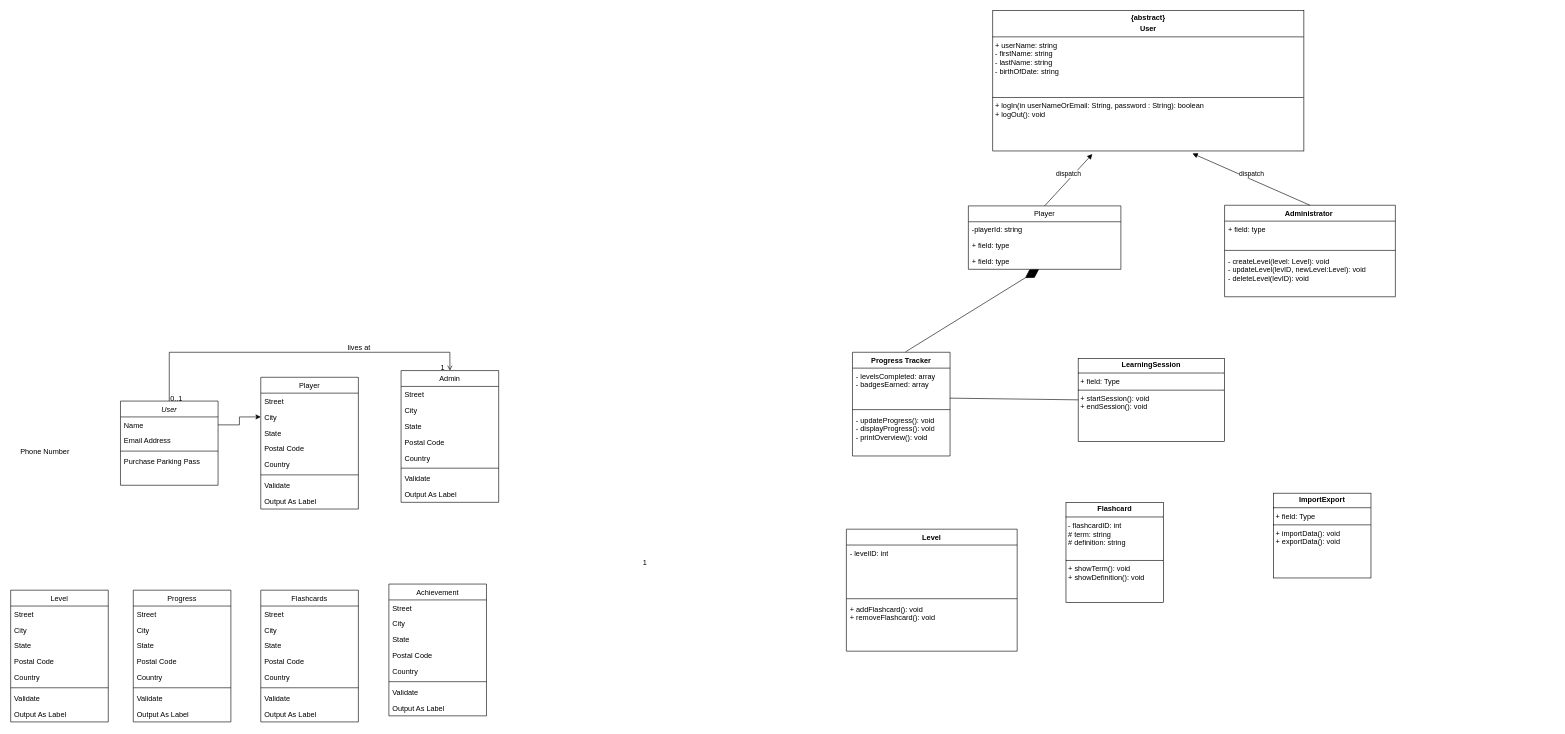
This is HCIDiagrams.drawio from yzy21cs/Diagrams, a draw.io file, before an edit. Source tidied: cells renumbered, new cells numbered last; positions are measured from the earlier drawing's top-left corner, leaving out a move shared by most shapes. Both pictures are drawn from the tidied source at 61%, with x=0, y=0 at pixel (10, 10).
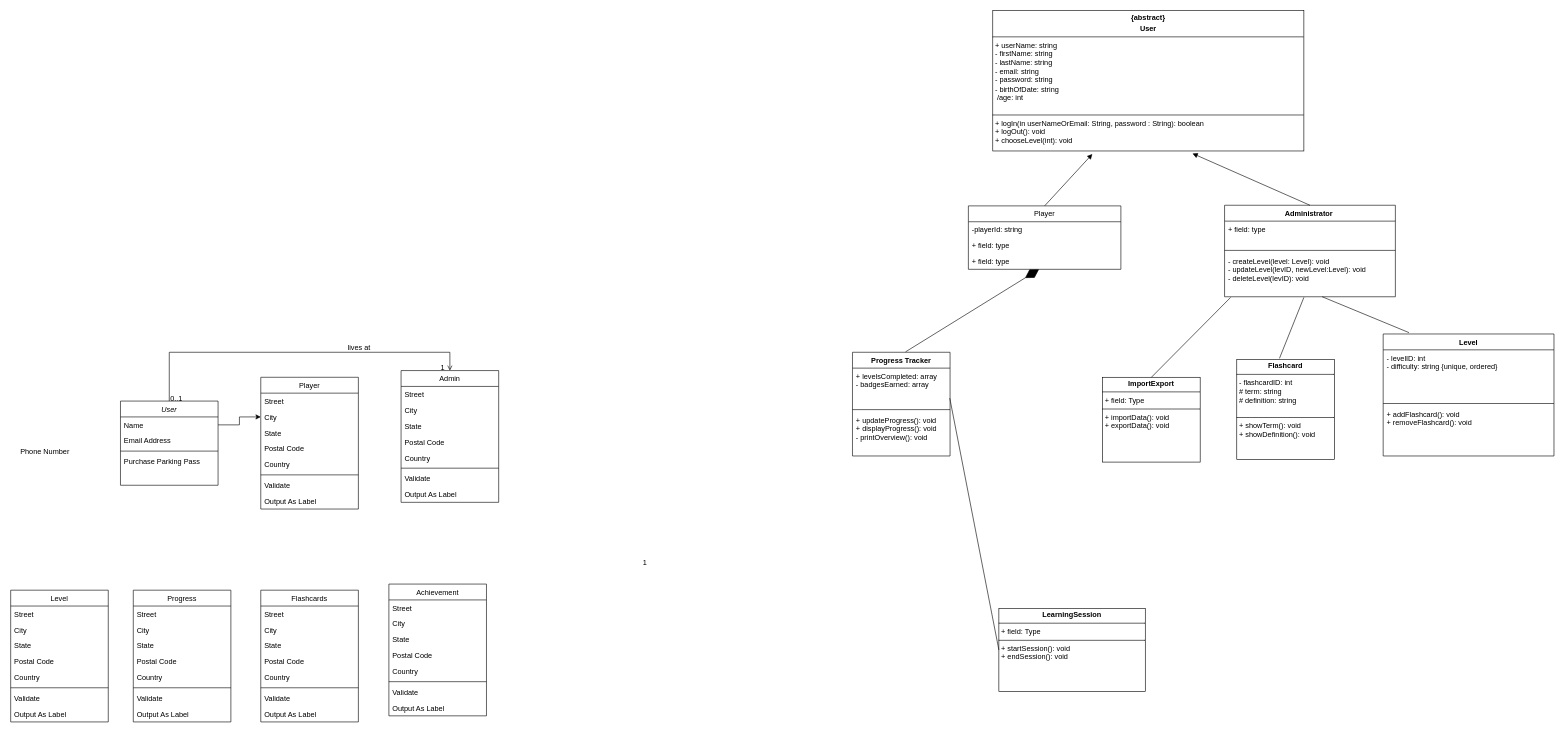
The same page after the edit.

Commit message:
getting onto the track

Unchanged cells that the change refers to:
```xml
<mxCell id="69" value="Player" style="swimlane;fontStyle=0;horizontal=1;startSize=26;fillColor=none;whiteSpace=wrap;html=1;" parent="1" vertex="1">
  <mxGeometry x="1570" y="320" width="250" height="104" as="geometry" />
</mxCell>
<mxCell id="73" value="Administrator&amp;nbsp;" style="swimlane;fontStyle=1;align=center;verticalAlign=top;horizontal=1;startSize=26;whiteSpace=wrap;html=1;" parent="1" vertex="1">
  <mxGeometry x="1990" y="319" width="280" height="150" as="geometry" />
</mxCell>
<mxCell id="79" value="Progress Tracker" style="swimlane;fontStyle=1;align=center;verticalAlign=top;horizontal=1;startSize=26;whiteSpace=wrap;html=1;" parent="1" vertex="1">
  <mxGeometry x="1380" y="560" width="160" height="170" as="geometry" />
</mxCell>
```

Change to the diagram source:
```diff
@@
-    <mxCell id="68" value="&lt;p style=&quot;margin:0px;margin-top:4px;text-align:center;&quot;&gt;&lt;b&gt;{abstract}&lt;/b&gt;&lt;/p&gt;&lt;p style=&quot;margin:0px;margin-top:4px;text-align:center;&quot;&gt;&lt;b&gt;User&lt;/b&gt;&lt;/p&gt;&lt;hr size=&quot;1&quot; style=&quot;border-style:solid;&quot;&gt;&lt;p style=&quot;margin:0px;margin-left:4px;&quot;&gt;+ userName: string&lt;/p&gt;&lt;p style=&quot;margin:0px;margin-left:4px;&quot;&gt;- firstName: string&lt;/p&gt;&lt;p style=&quot;margin:0px;margin-left:4px;&quot;&gt;- lastName: string&lt;/p&gt;&lt;p style=&quot;margin:0px;margin-left:4px;&quot;&gt;- birthOfDate: string&lt;/p&gt;&lt;p style=&quot;margin:0px;margin-left:4px;&quot;&gt;&lt;br&gt;&lt;/p&gt;&lt;p style=&quot;margin:0px;margin-left:4px;&quot;&gt;&lt;br&gt;&lt;/p&gt;&lt;hr size=&quot;1&quot; style=&quot;border-style:solid;&quot;&gt;&lt;p style=&quot;margin:0px;margin-left:4px;&quot;&gt;+ logIn(in userNameOrEmail: String, password : String): boolean&amp;nbsp;&lt;/p&gt;&lt;p style=&quot;margin:0px;margin-left:4px;&quot;&gt;+ logOut(): void&lt;/p&gt;" style="verticalAlign=top;align=left;overflow=fill;html=1;whiteSpace=wrap;" parent="1" vertex="1">
+    <mxCell id="68" value="&lt;p style=&quot;margin:0px;margin-top:4px;text-align:center;&quot;&gt;&lt;b&gt;{abstract}&lt;/b&gt;&lt;/p&gt;&lt;p style=&quot;margin:0px;margin-top:4px;text-align:center;&quot;&gt;&lt;b&gt;User&lt;/b&gt;&lt;/p&gt;&lt;hr size=&quot;1&quot; style=&quot;border-style:solid;&quot;&gt;&lt;p style=&quot;margin:0px;margin-left:4px;&quot;&gt;+ userName: string&lt;/p&gt;&lt;p style=&quot;margin:0px;margin-left:4px;&quot;&gt;- firstName: string&lt;/p&gt;&lt;p style=&quot;margin:0px;margin-left:4px;&quot;&gt;- lastName: string&lt;/p&gt;&lt;p style=&quot;margin:0px;margin-left:4px;&quot;&gt;- email: string&lt;/p&gt;&lt;p style=&quot;margin:0px;margin-left:4px;&quot;&gt;- password: string&lt;/p&gt;&lt;p style=&quot;margin:0px;margin-left:4px;&quot;&gt;- birthOfDate: string&lt;/p&gt;&lt;p style=&quot;margin:0px;margin-left:4px;&quot;&gt;&amp;nbsp;/age: int&lt;/p&gt;&lt;p style=&quot;margin:0px;margin-left:4px;&quot;&gt;&lt;br&gt;&lt;/p&gt;&lt;hr size=&quot;1&quot; style=&quot;border-style:solid;&quot;&gt;&lt;p style=&quot;margin:0px;margin-left:4px;&quot;&gt;+ logIn(in userNameOrEmail: String, password : String): boolean&amp;nbsp;&lt;/p&gt;&lt;p style=&quot;margin:0px;margin-left:4px;&quot;&gt;+ logOut(): void&lt;/p&gt;&lt;p style=&quot;margin:0px;margin-left:4px;&quot;&gt;+ chooseLevel(int): void&lt;/p&gt;" style="verticalAlign=top;align=left;overflow=fill;html=1;whiteSpace=wrap;" parent="1" vertex="1">
       <mxGeometry x="1610" width="510" height="230" as="geometry" />
     </mxCell>
@@
-    <mxCell id="77" value="dispatch" style="html=1;verticalAlign=bottom;endArrow=block;curved=0;rounded=0;exitX=0.5;exitY=0;exitDx=0;exitDy=0;entryX=0.32;entryY=1.022;entryDx=0;entryDy=0;entryPerimeter=0;" parent="1" edge="1" source="69" target="68">
+    <mxCell id="77" style="html=1;verticalAlign=bottom;endArrow=block;curved=0;rounded=0;exitX=0.5;exitY=0;exitDx=0;exitDy=0;entryX=0.32;entryY=1.022;entryDx=0;entryDy=0;entryPerimeter=0;" parent="1" edge="1" source="69" target="68">
       <mxGeometry relative="1" as="geometry" />
     </mxCell>
-    <mxCell id="78" value="dispatch" style="html=1;verticalAlign=bottom;endArrow=block;curved=0;rounded=0;entryX=0.642;entryY=1.018;entryDx=0;entryDy=0;entryPerimeter=0;exitX=0.5;exitY=0;exitDx=0;exitDy=0;" parent="1" edge="1" source="73" target="68">
+    <mxCell id="78" style="html=1;verticalAlign=bottom;endArrow=block;curved=0;rounded=0;entryX=0.642;entryY=1.018;entryDx=0;entryDy=0;entryPerimeter=0;exitX=0.5;exitY=0;exitDx=0;exitDy=0;" parent="1" edge="1" source="73" target="68">
       <mxGeometry relative="1" as="geometry" />
     </mxCell>
@@
-    <mxCell id="80" value="- levelsCompleted: array&lt;div&gt;- badgesEarned: array&lt;/div&gt;" style="text;strokeColor=none;fillColor=none;align=left;verticalAlign=top;spacingLeft=4;spacingRight=4;overflow=hidden;whiteSpace=wrap;html=1;" parent="79" vertex="1">
+    <mxCell id="80" value="+ levelsCompleted: array&lt;div&gt;- badgesEarned: array&lt;/div&gt;" style="text;strokeColor=none;fillColor=none;align=left;verticalAlign=top;spacingLeft=4;spacingRight=4;overflow=hidden;whiteSpace=wrap;html=1;" parent="79" vertex="1">
       <mxGeometry y="26" width="160" height="64" as="geometry" />
     </mxCell>
@@
-    <mxCell id="82" value="- updateProgress(): void&lt;div&gt;- displayProgress(): void&lt;/div&gt;&lt;div&gt;- printOverview(): void&lt;/div&gt;" style="text;strokeColor=none;fillColor=none;align=left;verticalAlign=top;spacingLeft=4;spacingRight=4;overflow=hidden;whiteSpace=wrap;html=1;" parent="79" vertex="1">
+    <mxCell id="82" value="+ updateProgress(): void&lt;div&gt;+ displayProgress(): void&lt;/div&gt;&lt;div&gt;- printOverview(): void&lt;/div&gt;" style="text;strokeColor=none;fillColor=none;align=left;verticalAlign=top;spacingLeft=4;spacingRight=4;overflow=hidden;whiteSpace=wrap;html=1;" parent="79" vertex="1">
       <mxGeometry y="98" width="160" height="72" as="geometry" />
     </mxCell>
@@
     <mxCell id="84" value="&lt;p style=&quot;margin:0px;margin-top:4px;text-align:center;&quot;&gt;&lt;b&gt;LearningSession&lt;/b&gt;&lt;/p&gt;&lt;hr size=&quot;1&quot; style=&quot;border-style:solid;&quot;&gt;&lt;p style=&quot;margin:0px;margin-left:4px;&quot;&gt;+ field: Type&lt;/p&gt;&lt;hr size=&quot;1&quot; style=&quot;border-style:solid;&quot;&gt;&lt;p style=&quot;margin:0px;margin-left:4px;&quot;&gt;+ startSession(): void&lt;/p&gt;&lt;p style=&quot;margin:0px;margin-left:4px;&quot;&gt;+ endSession(): void&lt;/p&gt;&lt;p style=&quot;margin:0px;margin-left:4px;&quot;&gt;&lt;br&gt;&lt;/p&gt;" style="verticalAlign=top;align=left;overflow=fill;html=1;whiteSpace=wrap;" parent="1" vertex="1">
-      <mxGeometry x="1750" y="570" width="240" height="136" as="geometry" />
+      <mxGeometry x="1620" y="980" width="240" height="136" as="geometry" />
     </mxCell>
@@
     <mxCell id="86" value="&lt;p style=&quot;margin:0px;margin-top:4px;text-align:center;&quot;&gt;&lt;b&gt;Flashcard&lt;/b&gt;&lt;/p&gt;&lt;hr size=&quot;1&quot; style=&quot;border-style:solid;&quot;&gt;&lt;p style=&quot;margin:0px;margin-left:4px;&quot;&gt;- flashcardID: int&lt;/p&gt;&lt;p style=&quot;margin:0px;margin-left:4px;&quot;&gt;# term: string&lt;/p&gt;&lt;p style=&quot;margin:0px;margin-left:4px;&quot;&gt;# definition: string&lt;/p&gt;&lt;p style=&quot;margin:0px;margin-left:4px;&quot;&gt;&lt;br&gt;&lt;/p&gt;&lt;hr size=&quot;1&quot; style=&quot;border-style:solid;&quot;&gt;&lt;p style=&quot;margin:0px;margin-left:4px;&quot;&gt;+ showTerm(): void&lt;/p&gt;&lt;p style=&quot;margin:0px;margin-left:4px;&quot;&gt;+ showDefinition(): void&lt;/p&gt;" style="verticalAlign=top;align=left;overflow=fill;html=1;whiteSpace=wrap;" parent="1" vertex="1">
-      <mxGeometry x="1730" y="806" width="160" height="164" as="geometry" />
+      <mxGeometry x="2010" y="572" width="160" height="164" as="geometry" />
     </mxCell>
     <mxCell id="87" value="&lt;p style=&quot;margin:0px;margin-top:4px;text-align:center;&quot;&gt;&lt;b&gt;ImportExport&lt;/b&gt;&lt;/p&gt;&lt;hr size=&quot;1&quot; style=&quot;border-style:solid;&quot;&gt;&lt;p style=&quot;margin:0px;margin-left:4px;&quot;&gt;+ field: Type&lt;/p&gt;&lt;hr size=&quot;1&quot; style=&quot;border-style:solid;&quot;&gt;&lt;p style=&quot;margin:0px;margin-left:4px;&quot;&gt;+ importData(): void&lt;/p&gt;&lt;p style=&quot;margin:0px;margin-left:4px;&quot;&gt;+ exportData(): void&lt;/p&gt;" style="verticalAlign=top;align=left;overflow=fill;html=1;whiteSpace=wrap;" parent="1" vertex="1">
-      <mxGeometry x="2070" y="791" width="160" height="139" as="geometry" />
+      <mxGeometry x="1790" y="601" width="160" height="139" as="geometry" />
     </mxCell>
     <mxCell id="88" value="Level" style="swimlane;fontStyle=1;align=center;verticalAlign=top;horizontal=1;startSize=26;whiteSpace=wrap;html=1;" parent="1" vertex="1">
-      <mxGeometry x="1370" y="850" width="280" height="200" as="geometry" />
+      <mxGeometry x="2250" y="530" width="280" height="200" as="geometry" />
     </mxCell>
-    <mxCell id="89" value="- levelID: int" style="text;strokeColor=none;fillColor=none;align=left;verticalAlign=top;spacingLeft=4;spacingRight=4;overflow=hidden;whiteSpace=wrap;html=1;" parent="88" vertex="1">
+    <mxCell id="89" value="- levelID: int&lt;div&gt;- difficulty: string {unique, ordered}&lt;/div&gt;" style="text;strokeColor=none;fillColor=none;align=left;verticalAlign=top;spacingLeft=4;spacingRight=4;overflow=hidden;whiteSpace=wrap;html=1;" parent="88" vertex="1">
       <mxGeometry y="26" width="280" height="84" as="geometry" />
     </mxCell>
@@
+    <mxCell id="92" style="endArrow=none;html=1;rounded=0;entryX=0.518;entryY=1.059;entryDx=0;entryDy=0;entryPerimeter=0;exitX=0.455;exitY=0.01;exitDx=0;exitDy=0;exitPerimeter=0;" parent="1" edge="1">
+      <mxGeometry relative="1" as="geometry">
+        <mxPoint x="2292.4" y="527.8" as="sourcePoint" />
+        <mxPoint x="2150" y="469" as="targetPoint" />
+      </mxGeometry>
+    </mxCell>
+    <mxCell id="93" style="endArrow=none;html=1;rounded=0;" parent="1" edge="1">
+      <mxGeometry relative="1" as="geometry">
+        <mxPoint x="2080" y="570" as="sourcePoint" />
+        <mxPoint x="2120" y="470" as="targetPoint" />
+      </mxGeometry>
+    </mxCell>
+    <mxCell id="94" style="endArrow=none;html=1;rounded=0;exitX=0.5;exitY=0;exitDx=0;exitDy=0;" parent="1" edge="1" source="87">
+      <mxGeometry relative="1" as="geometry">
+        <mxPoint x="2000" y="470" as="targetPoint" />
+      </mxGeometry>
+    </mxCell>
```
